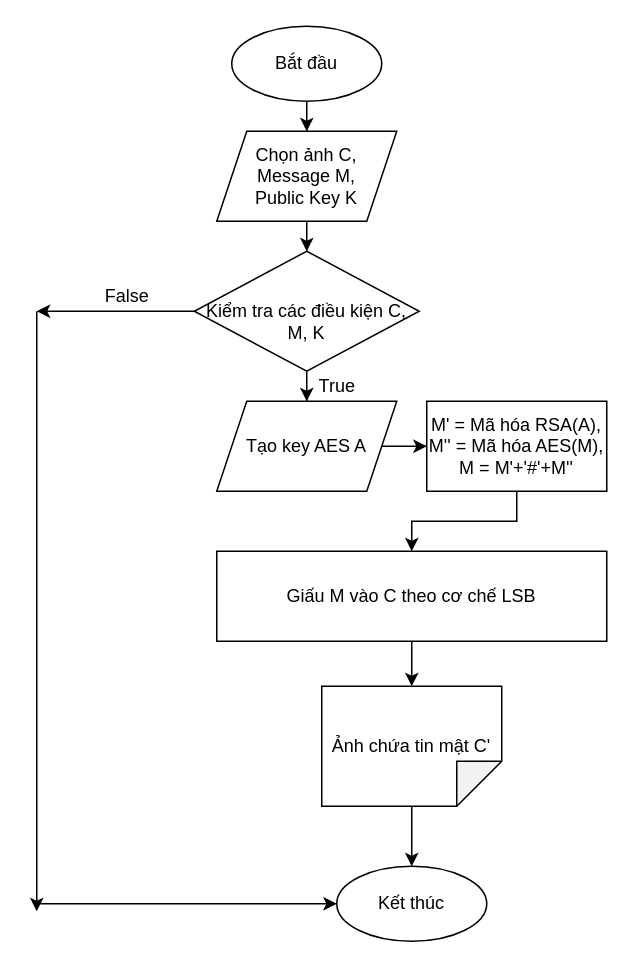
Above: Untitled Diagram2.drawio in DEVRHEL/Steganography (draw.io), before the change. Source tidied: cells renumbered, new cells numbered last; positions are measured from the earlier drawing's top-left corner, leaving out a move shared by most shapes. Both pictures are drawn from the tidied source at 150%, with x=0, y=0 at pixel (36, 26).
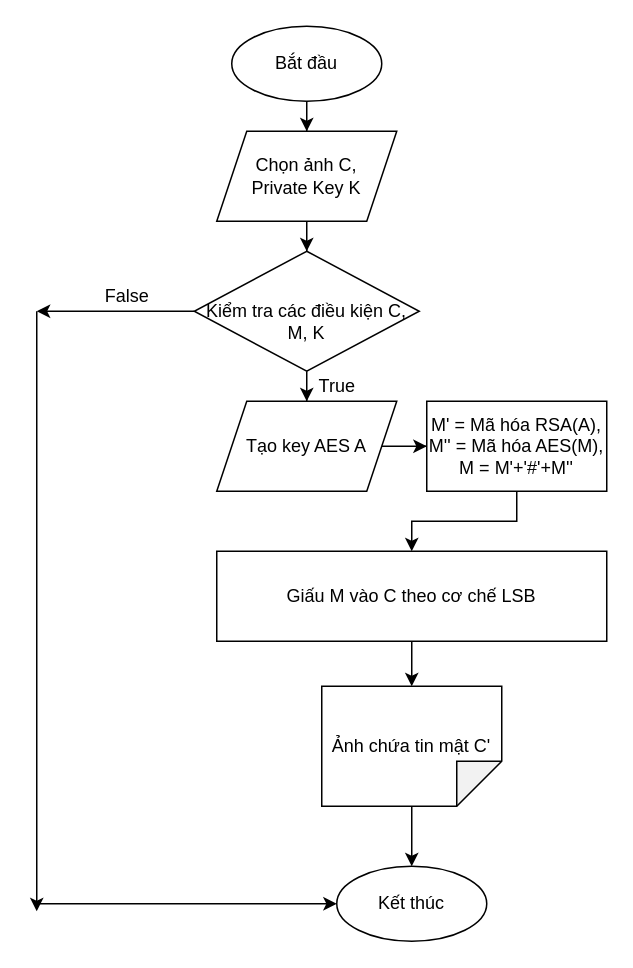
The same page after the edit.

Change to the diagram source:
```diff
@@
-    <mxCell id="5" value="Chọn ảnh C,&lt;br&gt;Message M,&lt;br&gt;Public Key K" style="shape=parallelogram;perimeter=parallelogramPerimeter;whiteSpace=wrap;html=1;fixedSize=1;" parent="1" vertex="1">
+    <mxCell id="5" value="Chọn ảnh C,&lt;br&gt;Private Key K" style="shape=parallelogram;perimeter=parallelogramPerimeter;whiteSpace=wrap;html=1;fixedSize=1;" parent="1" vertex="1">
       <mxGeometry x="120" y="70" width="120" height="60" as="geometry" />
     </mxCell>
```
